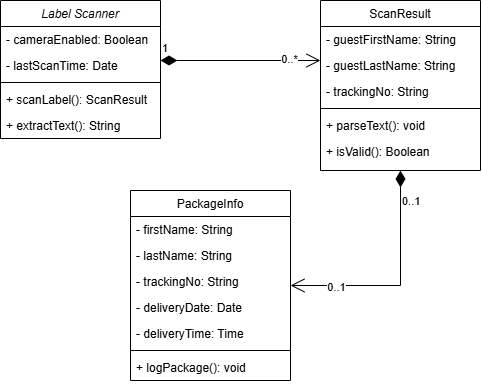
This is docs/uml/slices/zachary-scanPackage/class-diagram.png from carissa-chen/hotel-package-tracker, a draw.io export, as it was before one commit. Source tidied: cells renumbered, new cells last; positions are measured from the earlier drawing's top-left corner, leaving out a move shared by most shapes. Source of this version:
```xml
<mxGraphModel>
  <root>
    <mxCell id="0" />
    <mxCell id="1" parent="0" />
    <mxCell id="2" value="Label Scanner" style="swimlane;fontStyle=2;align=center;verticalAlign=top;horizontal=1;startSize=26;rounded=0;shadow=0;strokeWidth=1;" parent="1" vertex="1">
      <mxGeometry width="160" height="138" as="geometry" />
    </mxCell>
    <mxCell id="3" value="- cameraEnabled: Boolean" style="text;align=left;verticalAlign=top;spacingLeft=4;spacingRight=4;overflow=hidden;" parent="2" vertex="1">
      <mxGeometry y="26" width="160" height="26" as="geometry" />
    </mxCell>
    <mxCell id="4" value="- lastScanTime: Date" style="text;align=left;verticalAlign=top;spacingLeft=4;spacingRight=4;overflow=hidden;rounded=0;shadow=0;html=0;" parent="2" vertex="1">
      <mxGeometry y="52" width="160" height="26" as="geometry" />
    </mxCell>
    <mxCell id="5" style="line;html=1;strokeWidth=1;align=left;verticalAlign=middle;spacingTop=-1;spacingLeft=3;spacingRight=3;labelPosition=right;" parent="2" vertex="1">
      <mxGeometry y="78" width="160" height="8" as="geometry" />
    </mxCell>
    <mxCell id="6" value="+ scanLabel(): ScanResult" style="text;align=left;verticalAlign=top;spacingLeft=4;spacingRight=4;overflow=hidden;" parent="2" vertex="1">
      <mxGeometry y="86" width="160" height="26" as="geometry" />
    </mxCell>
    <mxCell id="7" value="+ extractText(): String" style="text;align=left;verticalAlign=top;spacingLeft=4;spacingRight=4;overflow=hidden;" parent="2" vertex="1">
      <mxGeometry y="112" width="160" height="26" as="geometry" />
    </mxCell>
    <mxCell id="8" value="ScanResult" style="swimlane;fontStyle=0;align=center;verticalAlign=top;horizontal=1;startSize=26;rounded=0;shadow=0;strokeWidth=1;" parent="1" vertex="1">
      <mxGeometry x="320" width="160" height="170" as="geometry" />
    </mxCell>
    <mxCell id="9" value="- guestFirstName: String" style="text;align=left;verticalAlign=top;spacingLeft=4;spacingRight=4;overflow=hidden;" parent="8" vertex="1">
      <mxGeometry y="26" width="160" height="26" as="geometry" />
    </mxCell>
    <mxCell id="10" value="- guestLastName: String" style="text;align=left;verticalAlign=top;spacingLeft=4;spacingRight=4;overflow=hidden;rounded=0;shadow=0;html=0;" parent="8" vertex="1">
      <mxGeometry y="52" width="160" height="26" as="geometry" />
    </mxCell>
    <mxCell id="11" value="- trackingNo: String" style="text;align=left;verticalAlign=top;spacingLeft=4;spacingRight=4;overflow=hidden;rounded=0;shadow=0;html=0;" parent="8" vertex="1">
      <mxGeometry y="78" width="160" height="26" as="geometry" />
    </mxCell>
    <mxCell id="12" style="line;html=1;strokeWidth=1;align=left;verticalAlign=middle;spacingTop=-1;spacingLeft=3;spacingRight=3;labelPosition=right;" parent="8" vertex="1">
      <mxGeometry y="104" width="160" height="8" as="geometry" />
    </mxCell>
    <mxCell id="13" value="+ parseText(): void" style="text;align=left;verticalAlign=top;spacingLeft=4;spacingRight=4;overflow=hidden;" parent="8" vertex="1">
      <mxGeometry y="112" width="160" height="26" as="geometry" />
    </mxCell>
    <mxCell id="14" value="+ isValid(): Boolean" style="text;align=left;verticalAlign=top;spacingLeft=4;spacingRight=4;overflow=hidden;rounded=0;shadow=0;html=0;" parent="8" vertex="1">
      <mxGeometry y="138" width="160" height="26" as="geometry" />
    </mxCell>
    <mxCell id="15" value="1" style="endArrow=open;html=1;endSize=12;startArrow=diamondThin;startSize=14;startFill=1;edgeStyle=orthogonalEdgeStyle;align=left;verticalAlign=bottom;rounded=0;" parent="1" edge="1">
      <mxGeometry x="-1" y="3" relative="1" as="geometry">
        <mxPoint x="160" y="60" as="sourcePoint" />
        <mxPoint x="320" y="60" as="targetPoint" />
      </mxGeometry>
    </mxCell>
    <mxCell id="16" value="0..*" style="edgeLabel;html=1;align=center;verticalAlign=middle;" parent="15" vertex="1">
      <mxGeometry x="0.6" y="1" relative="1" as="geometry" />
    </mxCell>
    <mxCell id="17" value="PackageInfo" style="swimlane;fontStyle=0;align=center;verticalAlign=top;horizontal=1;startSize=26;rounded=0;shadow=0;strokeWidth=1;" parent="1" vertex="1">
      <mxGeometry x="130" y="190" width="160" height="190" as="geometry" />
    </mxCell>
    <mxCell id="18" value="- firstName: String" style="text;align=left;verticalAlign=top;spacingLeft=4;spacingRight=4;overflow=hidden;" parent="17" vertex="1">
      <mxGeometry y="26" width="160" height="26" as="geometry" />
    </mxCell>
    <mxCell id="19" value="- lastName: String" style="text;align=left;verticalAlign=top;spacingLeft=4;spacingRight=4;overflow=hidden;rounded=0;shadow=0;html=0;" parent="17" vertex="1">
      <mxGeometry y="52" width="160" height="26" as="geometry" />
    </mxCell>
    <mxCell id="20" value="- trackingNo: String" style="text;align=left;verticalAlign=top;spacingLeft=4;spacingRight=4;overflow=hidden;rounded=0;shadow=0;html=0;" parent="17" vertex="1">
      <mxGeometry y="78" width="160" height="26" as="geometry" />
    </mxCell>
    <mxCell id="21" value="- deliveryDate: Date" style="text;align=left;verticalAlign=top;spacingLeft=4;spacingRight=4;overflow=hidden;" parent="17" vertex="1">
      <mxGeometry y="104" width="160" height="26" as="geometry" />
    </mxCell>
    <mxCell id="22" value="- deliveryTime: Time" style="text;align=left;verticalAlign=top;spacingLeft=4;spacingRight=4;overflow=hidden;" parent="17" vertex="1">
      <mxGeometry y="130" width="160" height="26" as="geometry" />
    </mxCell>
    <mxCell id="23" style="line;html=1;strokeWidth=1;align=left;verticalAlign=middle;spacingTop=-1;spacingLeft=3;spacingRight=3;labelPosition=right;" parent="17" vertex="1">
      <mxGeometry y="156" width="160" height="8" as="geometry" />
    </mxCell>
    <mxCell id="24" value="+ logPackage(): void" style="text;align=left;verticalAlign=top;spacingLeft=4;spacingRight=4;overflow=hidden;rounded=0;shadow=0;html=0;" parent="17" vertex="1">
      <mxGeometry y="164" width="160" height="26" as="geometry" />
    </mxCell>
    <mxCell id="25" value="0..1" style="endArrow=open;html=1;endSize=12;startArrow=diamondThin;startSize=14;startFill=1;edgeStyle=orthogonalEdgeStyle;align=left;verticalAlign=bottom;rounded=0;exitX=0.5;exitY=1;exitDx=0;exitDy=0;entryX=1;entryY=0.5;entryDx=0;entryDy=0;" parent="1" edge="1" source="8" target="17">
      <mxGeometry x="-0.64" relative="1" as="geometry" />
    </mxCell>
    <mxCell id="26" value="0..1" style="edgeLabel;html=1;align=center;verticalAlign=middle;" parent="25" vertex="1">
      <mxGeometry x="0.6" y="1" relative="1" as="geometry" />
    </mxCell>
  </root>
</mxGraphModel>
```
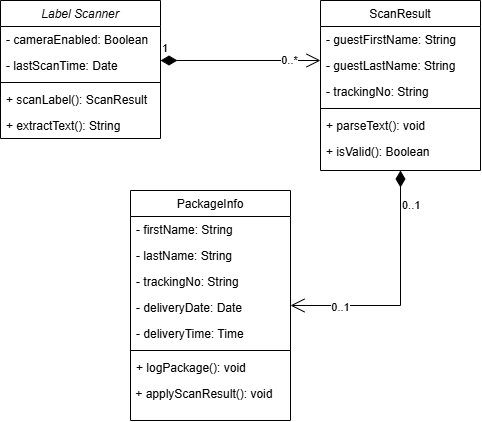
The same file after the commit.

Commit message:
updated diagrams and additional packageInfo.js

Change to the diagram source:
```diff
@@ -51,7 +51,7 @@
       <mxGeometry x="0.6" y="1" relative="1" as="geometry" />
     </mxCell>
     <mxCell id="17" value="PackageInfo" style="swimlane;fontStyle=0;align=center;verticalAlign=top;horizontal=1;startSize=26;rounded=0;shadow=0;strokeWidth=1;" parent="1" vertex="1">
-      <mxGeometry x="130" y="190" width="160" height="190" as="geometry" />
+      <mxGeometry x="130" y="190" width="160" height="230" as="geometry" />
     </mxCell>
     <mxCell id="18" value="- firstName: String" style="text;align=left;verticalAlign=top;spacingLeft=4;spacingRight=4;overflow=hidden;" parent="17" vertex="1">
       <mxGeometry y="26" width="160" height="26" as="geometry" />
@@ -74,6 +74,9 @@
     <mxCell id="24" value="+ logPackage(): void" style="text;align=left;verticalAlign=top;spacingLeft=4;spacingRight=4;overflow=hidden;rounded=0;shadow=0;html=0;" parent="17" vertex="1">
       <mxGeometry y="164" width="160" height="26" as="geometry" />
     </mxCell>
+    <mxCell id="27" value="&amp;nbsp;+ applyScanResult(): void" style="text;whiteSpace=wrap;html=1;" parent="17" vertex="1">
+      <mxGeometry y="190" width="160" height="40" as="geometry" />
+    </mxCell>
     <mxCell id="25" value="0..1" style="endArrow=open;html=1;endSize=12;startArrow=diamondThin;startSize=14;startFill=1;edgeStyle=orthogonalEdgeStyle;align=left;verticalAlign=bottom;rounded=0;exitX=0.5;exitY=1;exitDx=0;exitDy=0;entryX=1;entryY=0.5;entryDx=0;entryDy=0;" parent="1" edge="1" source="8" target="17">
       <mxGeometry x="-0.64" relative="1" as="geometry" />
     </mxCell>
```
